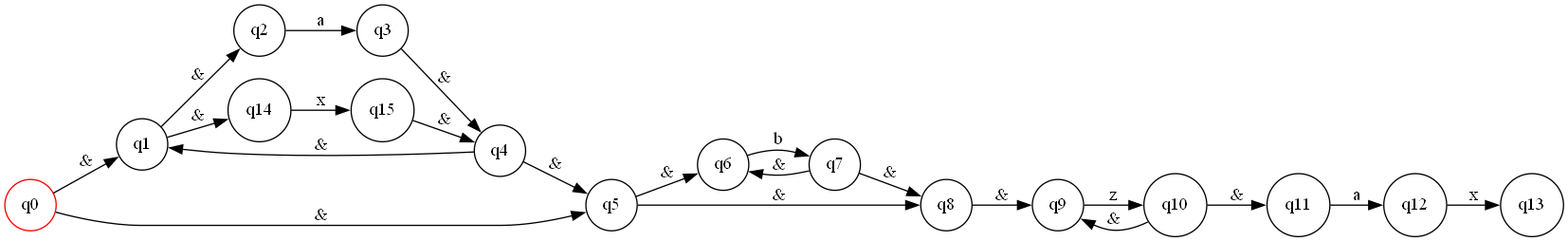
esc20936/laboratorio1_Dise-oLenguajesDeProgramacion keeps this Graphviz diagram as nfa.gv.png. Above is the earlier version. Its source is kept beside it as nfa.gv.
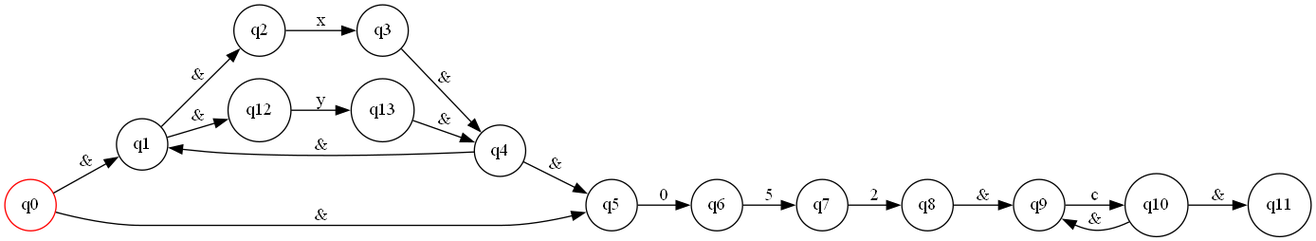
After the change.

What changed in the source:
```diff
@@ -28,29 +28,21 @@
 	q12
 	node [color=black shape=circle]
 	q13
-	node [color=black shape=circle]
-	q14
-	node [color=black shape=circle]
-	q15
 	q0 -> q1 [label="&"]
 	q0 -> q5 [label="&"]
 	q1 -> q2 [label="&"]
-	q1 -> q14 [label="&"]
-	q2 -> q3 [label=a]
+	q1 -> q12 [label="&"]
+	q2 -> q3 [label=x]
 	q3 -> q4 [label="&"]
 	q4 -> q1 [label="&"]
 	q4 -> q5 [label="&"]
-	q5 -> q6 [label="&"]
-	q5 -> q8 [label="&"]
-	q6 -> q7 [label=b]
-	q7 -> q6 [label="&"]
-	q7 -> q8 [label="&"]
+	q5 -> q6 [label=0]
+	q6 -> q7 [label=5]
+	q7 -> q8 [label=2]
 	q8 -> q9 [label="&"]
-	q9 -> q10 [label=z]
+	q9 -> q10 [label=c]
 	q10 -> q9 [label="&"]
 	q10 -> q11 [label="&"]
-	q11 -> q12 [label=a]
-	q12 -> q13 [label=x]
-	q14 -> q15 [label=x]
-	q15 -> q4 [label="&"]
+	q12 -> q13 [label=y]
+	q13 -> q4 [label="&"]
 }
```
